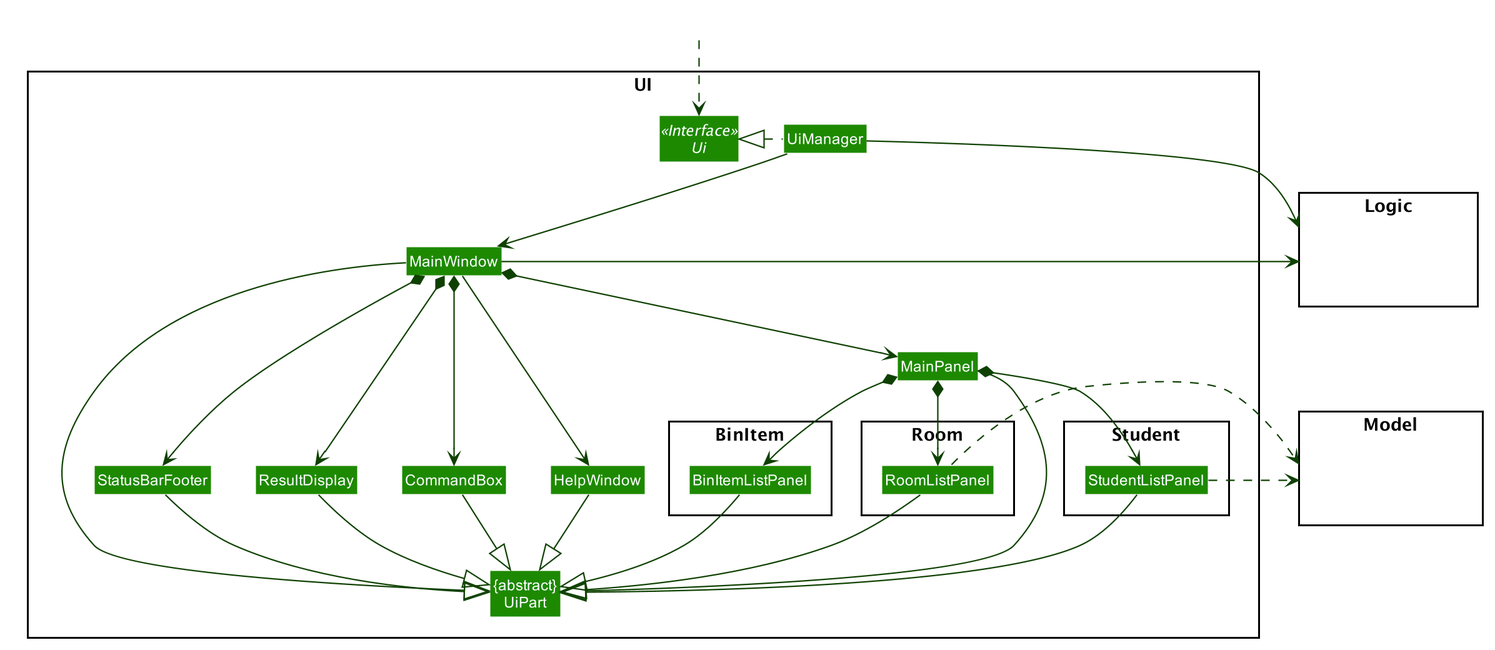
The PlantUML diagram docs/images/UiClassDiagram.png in nus-cs2103-AY2021S1/tp, before a commit.
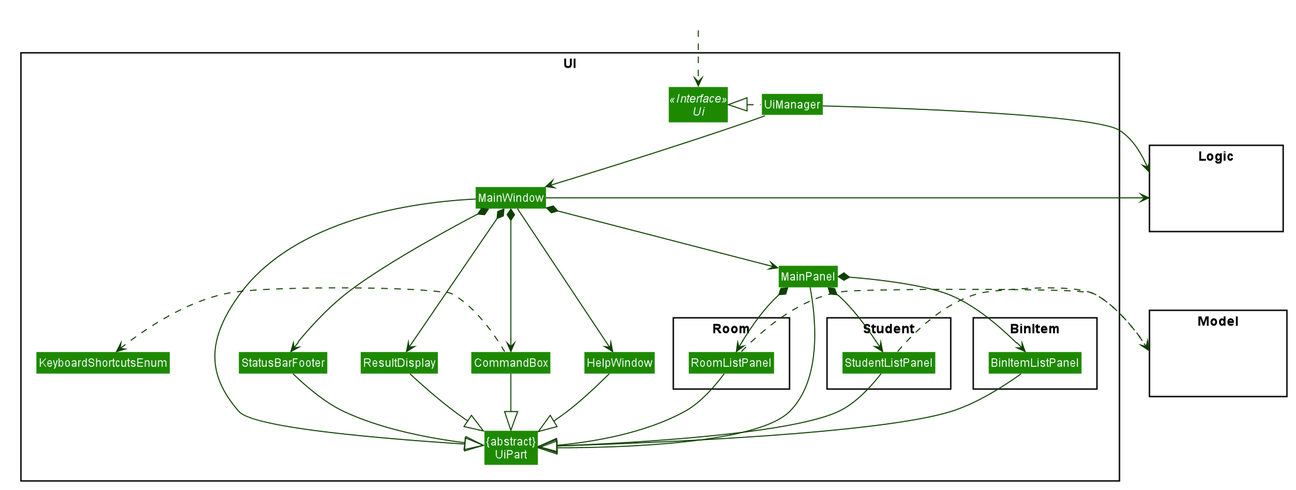
The same file after the commit.

Diff of the diagram source:
```diff
@@ -61,6 +61,7 @@
 Class MainPanel
 Class StatusBarFooter
 Class CommandBox
+Class KeyboardShortcutsEnum
 
 skinparam componentBorderColor transparent
 package Room <<Rectangle>>{
@@ -106,6 +107,7 @@
 StudentListPanel ..right.> Model
 BinItemListPanel ..[hidden]right.> Model
 RoomListPanel ..right.> Model
+CommandBox .left.> KeyboardShortcutsEnum
 
 MainWindow --left|> UiPart
 
@@ -120,6 +122,7 @@
 
 HelpWindow -[hidden]left- CommandBox
 CommandBox -[hidden]left- ResultDisplay
+KeyboardShortcutsEnum -[hidden]right- UiPart
 ResultDisplay -[hidden]left- StatusBarFooter
 RoomListPanel -[hidden]left- BinItemListPanel
 StudentListPanel -[hidden]right- RoomListPanel
```
